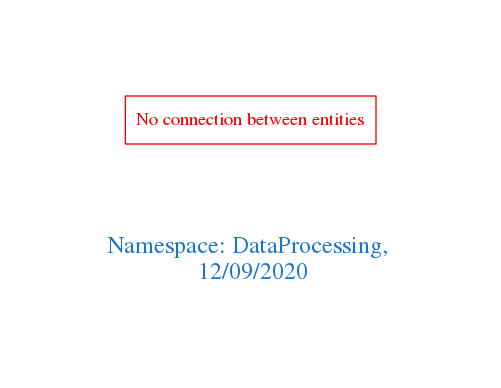
Before: downloads/DataProcessing.png, a diagram exported from Graphviz (arago/OGIT). Its source is kept beside it as downloads/DataProcessing.dot.
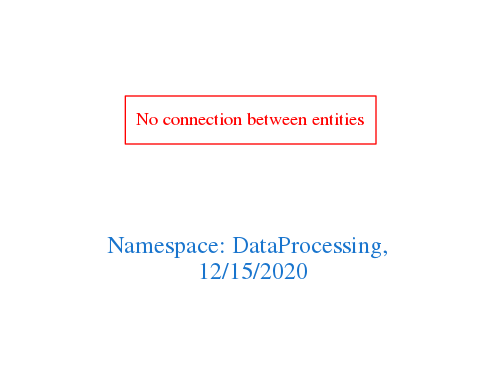
Later version of the same file.

The edit, as a diff of the source:
```diff
@@ -1,7 +1,7 @@
 digraph OGIT_ontology {
  graph [ rankdir= LR,pad=1
 fontsize = 18,
-fontcolor= dodgerblue3,label = "\n\n\nNamespace: DataProcessing, \n 12/09/2020"];
+fontcolor= dodgerblue3,label = "\n\n\nNamespace: DataProcessing, \n 12/15/2020"];
 node[shape=polygon];
 edge [  color="gray81"];
 
```
